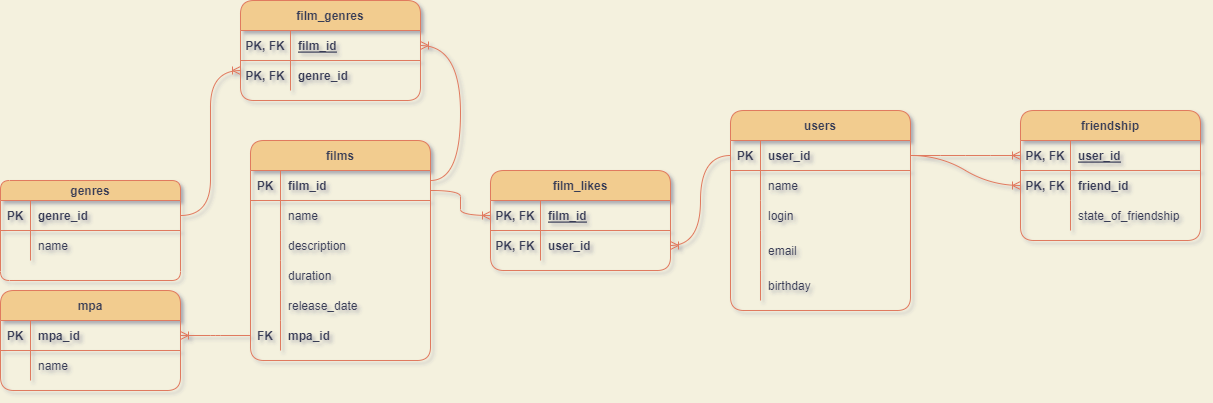
The draw.io diagram diagram/filmorate_diagram_Osipov.png in Bervy/java-filmorate, before a commit. Source tidied: cells renumbered, new cells last; positions are measured from the earlier drawing's top-left corner, leaving out a move shared by most shapes.
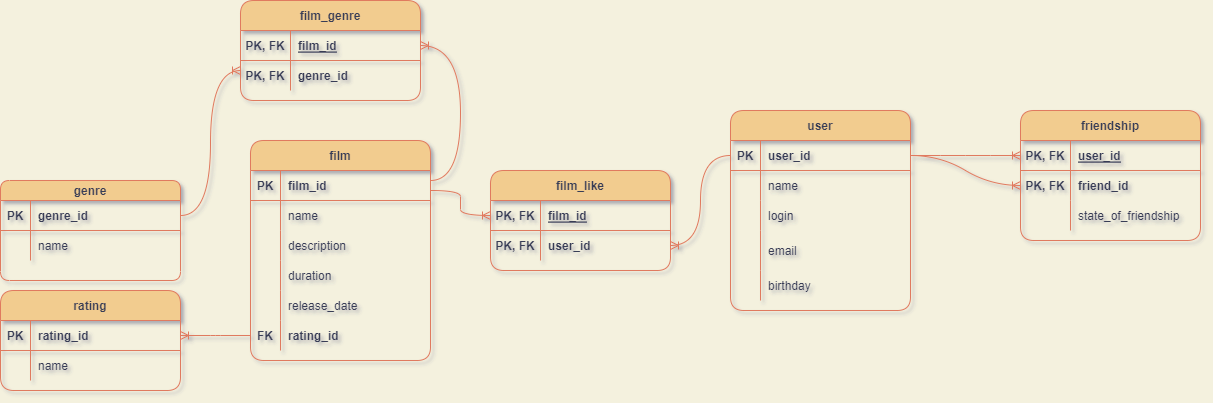
The same diagram one commit later.

Commit message:
Добавил диаграмму и примеры

Change to the diagram source:
```diff
@@ -2,7 +2,7 @@
   <root>
     <mxCell id="0" />
     <mxCell id="1" parent="0" />
-    <mxCell id="2" value="users" style="shape=table;startSize=30;rowLines=0;fontStyle=1;align=center;rounded=1;fillColor=#F2CC8F;strokeColor=#E07A5F;fontColor=#393C56;" parent="1" vertex="1">
+    <mxCell id="2" value="user" style="shape=table;startSize=30;rowLines=0;fontStyle=1;align=center;rounded=1;fillColor=#F2CC8F;strokeColor=#E07A5F;fontColor=#393C56;" parent="1" vertex="1">
       <mxGeometry x="730" y="110" width="180" height="200" as="geometry" />
     </mxCell>
     <mxCell id="3" style="shape=tableRow;horizontal=0;startSize=0;swimlaneHead=0;swimlaneBody=0;fillColor=none;points=[[0,0.5],[1,0.5]];portConstraint=eastwest;top=0;left=0;right=0;bottom=1;rounded=1;strokeColor=#E07A5F;fontColor=#393C56;" parent="2" vertex="1">
@@ -50,7 +50,7 @@
     <mxCell id="17" value="birthday" style="shape=partialRectangle;fillColor=none;top=0;left=0;bottom=0;right=0;align=left;spacingLeft=6;overflow=hidden;rounded=1;strokeColor=#E07A5F;fontColor=#393C56;" parent="15" vertex="1">
       <mxGeometry x="30" width="150" height="30" as="geometry" />
     </mxCell>
-    <mxCell id="18" value="films" style="shape=table;startSize=30;rowLines=0;fontStyle=1;align=center;verticalAlign=middle;rounded=1;fillColor=#F2CC8F;strokeColor=#E07A5F;fontColor=#393C56;" parent="1" vertex="1">
+    <mxCell id="18" value="film" style="shape=table;startSize=30;rowLines=0;fontStyle=1;align=center;verticalAlign=middle;rounded=1;fillColor=#F2CC8F;strokeColor=#E07A5F;fontColor=#393C56;" parent="1" vertex="1">
       <mxGeometry x="250" y="140" width="180" height="220" as="geometry" />
     </mxCell>
     <mxCell id="19" style="shape=tableRow;horizontal=0;startSize=0;swimlaneHead=0;swimlaneBody=0;fillColor=none;top=0;left=0;right=0;bottom=1;rounded=1;strokeColor=#E07A5F;fontColor=#393C56;" parent="18" vertex="1">
@@ -104,10 +104,10 @@
     <mxCell id="35" value="FK" style="shape=partialRectangle;fillColor=none;top=0;left=0;bottom=0;right=0;overflow=hidden;rounded=1;strokeColor=#E07A5F;fontColor=#393C56;fontStyle=1;" parent="34" vertex="1">
       <mxGeometry width="30" height="30" as="geometry" />
     </mxCell>
-    <mxCell id="36" value="mpa_id" style="shape=partialRectangle;fillColor=none;top=0;left=0;bottom=0;right=0;align=left;spacingLeft=6;overflow=hidden;rounded=1;strokeColor=#E07A5F;fontColor=#393C56;fontStyle=1;" parent="34" vertex="1">
+    <mxCell id="36" value="rating_id" style="shape=partialRectangle;fillColor=none;top=0;left=0;bottom=0;right=0;align=left;spacingLeft=6;overflow=hidden;rounded=1;strokeColor=#E07A5F;fontColor=#393C56;fontStyle=1;" parent="34" vertex="1">
       <mxGeometry x="30" width="150" height="30" as="geometry" />
     </mxCell>
-    <mxCell id="37" value="genres" style="shape=table;startSize=20;rowLines=0;fontStyle=1;align=center;rounded=1;fillColor=#F2CC8F;strokeColor=#E07A5F;fontColor=#393C56;" parent="1" vertex="1">
+    <mxCell id="37" value="genre" style="shape=table;startSize=20;rowLines=0;fontStyle=1;align=center;rounded=1;fillColor=#F2CC8F;strokeColor=#E07A5F;fontColor=#393C56;" parent="1" vertex="1">
       <mxGeometry y="180" width="180" height="100" as="geometry" />
     </mxCell>
     <mxCell id="38" style="shape=tableRow;horizontal=0;startSize=0;swimlaneHead=0;swimlaneBody=0;fillColor=none;points=[[0,0.5],[1,0.5]];portConstraint=eastwest;top=0;left=0;right=0;bottom=1;rounded=1;strokeColor=#E07A5F;fontColor=#393C56;" parent="37" vertex="1">
@@ -128,7 +128,7 @@
     <mxCell id="43" value="name" style="shape=partialRectangle;fillColor=none;top=0;left=0;bottom=0;right=0;align=left;spacingLeft=6;overflow=hidden;rounded=1;strokeColor=#E07A5F;fontColor=#393C56;" parent="41" vertex="1">
       <mxGeometry x="30" width="150" height="30" as="geometry" />
     </mxCell>
-    <mxCell id="44" value="mpa" style="shape=table;startSize=30;rowLines=0;fontStyle=1;align=center;rounded=1;fillColor=#F2CC8F;strokeColor=#E07A5F;fontColor=#393C56;" parent="1" vertex="1">
+    <mxCell id="44" value="rating" style="shape=table;startSize=30;rowLines=0;fontStyle=1;align=center;rounded=1;fillColor=#F2CC8F;strokeColor=#E07A5F;fontColor=#393C56;" parent="1" vertex="1">
       <mxGeometry y="290" width="180" height="100" as="geometry" />
     </mxCell>
     <mxCell id="45" style="shape=tableRow;horizontal=0;startSize=0;swimlaneHead=0;swimlaneBody=0;fillColor=none;points=[[0,0.5],[1,0.5]];portConstraint=eastwest;top=0;left=0;right=0;bottom=1;rounded=1;strokeColor=#E07A5F;fontColor=#393C56;" parent="44" vertex="1">
@@ -137,7 +137,7 @@
     <mxCell id="46" value="PK" style="shape=partialRectangle;fillColor=none;top=0;left=0;bottom=0;right=0;fontStyle=1;overflow=hidden;rounded=1;strokeColor=#E07A5F;fontColor=#393C56;" parent="45" vertex="1">
       <mxGeometry width="30" height="30" as="geometry" />
     </mxCell>
-    <mxCell id="47" value="mpa_id" style="shape=partialRectangle;fillColor=none;top=0;left=0;bottom=0;right=0;align=left;spacingLeft=6;fontStyle=1;overflow=hidden;rounded=1;strokeColor=#E07A5F;fontColor=#393C56;" parent="45" vertex="1">
+    <mxCell id="47" value="rating_id" style="shape=partialRectangle;fillColor=none;top=0;left=0;bottom=0;right=0;align=left;spacingLeft=6;fontStyle=1;overflow=hidden;rounded=1;strokeColor=#E07A5F;fontColor=#393C56;" parent="45" vertex="1">
       <mxGeometry x="30" width="150" height="30" as="geometry" />
     </mxCell>
     <mxCell id="48" style="shape=tableRow;horizontal=0;startSize=0;swimlaneHead=0;swimlaneBody=0;fillColor=none;top=0;left=0;right=0;bottom=0;rounded=1;strokeColor=#E07A5F;fontColor=#393C56;" parent="44" vertex="1">
@@ -149,7 +149,7 @@
     <mxCell id="50" value="name" style="shape=partialRectangle;fillColor=none;top=0;left=0;bottom=0;right=0;align=left;spacingLeft=6;overflow=hidden;rounded=1;strokeColor=#E07A5F;fontColor=#393C56;" parent="48" vertex="1">
       <mxGeometry x="30" width="150" height="30" as="geometry" />
     </mxCell>
-    <mxCell id="51" value="film_likes" style="shape=table;startSize=30;rowLines=0;fontStyle=1;align=center;rounded=1;fillColor=#F2CC8F;strokeColor=#E07A5F;fontColor=#393C56;" parent="1" vertex="1">
+    <mxCell id="51" value="film_like" style="shape=table;startSize=30;rowLines=0;fontStyle=1;align=center;rounded=1;fillColor=#F2CC8F;strokeColor=#E07A5F;fontColor=#393C56;" parent="1" vertex="1">
       <mxGeometry x="490" y="170" width="180" height="100" as="geometry" />
     </mxCell>
     <mxCell id="52" style="shape=tableRow;horizontal=0;startSize=0;swimlaneHead=0;swimlaneBody=0;fillColor=none;points=[[0,0.5],[1,0.5]];portConstraint=eastwest;top=0;left=0;right=0;bottom=1;rounded=1;strokeColor=#E07A5F;fontColor=#393C56;" parent="51" vertex="1">
@@ -170,7 +170,7 @@
     <mxCell id="57" value="user_id" style="shape=partialRectangle;fillColor=none;top=0;left=0;bottom=0;right=0;align=left;spacingLeft=6;overflow=hidden;rounded=1;strokeColor=#E07A5F;fontColor=#393C56;fontStyle=1;" parent="55" vertex="1">
       <mxGeometry x="50" width="130" height="30" as="geometry" />
     </mxCell>
-    <mxCell id="58" value="film_genres" style="shape=table;startSize=30;rowLines=0;fontStyle=1;align=center;rounded=1;fillColor=#F2CC8F;strokeColor=#E07A5F;fontColor=#393C56;" parent="1" vertex="1">
+    <mxCell id="58" value="film_genre" style="shape=table;startSize=30;rowLines=0;fontStyle=1;align=center;rounded=1;fillColor=#F2CC8F;strokeColor=#E07A5F;fontColor=#393C56;" parent="1" vertex="1">
       <mxGeometry x="240" width="180" height="100" as="geometry" />
     </mxCell>
     <mxCell id="59" style="shape=tableRow;horizontal=0;startSize=0;swimlaneHead=0;swimlaneBody=0;fillColor=none;points=[[0,0.5],[1,0.5]];portConstraint=eastwest;top=0;left=0;right=0;bottom=1;rounded=1;strokeColor=#E07A5F;fontColor=#393C56;" parent="58" vertex="1">
```
